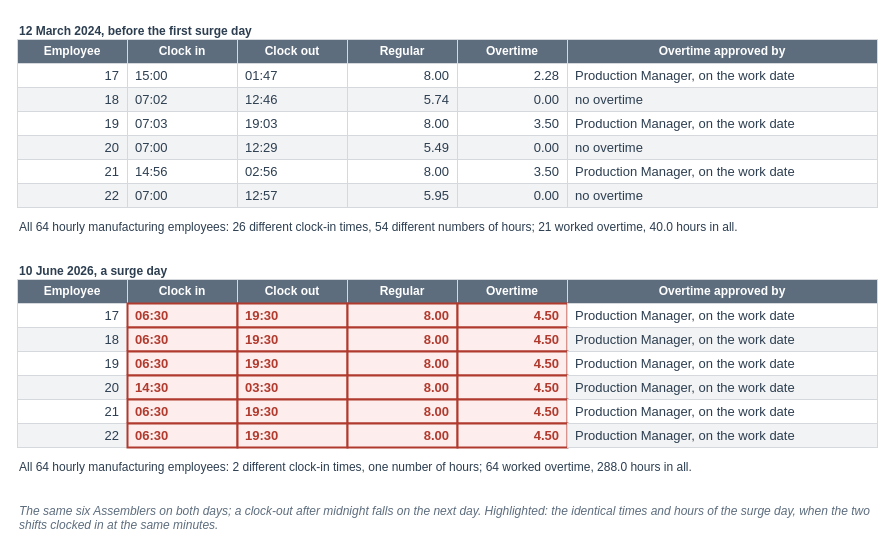
mmcodesso/Accounting_Analytics_Book keeps this draw.io diagram as visuals/src/fig-12-09-normal-and-surge-day.drawio. Above is the earlier version. Source tidied: cells renumbered, new cells numbered last; positions are measured from the earlier drawing's top-left corner, leaving out a move shared by most shapes. Both pictures are drawn from the tidied source at 100%, with x=0, y=0 at pixel (17, 17).
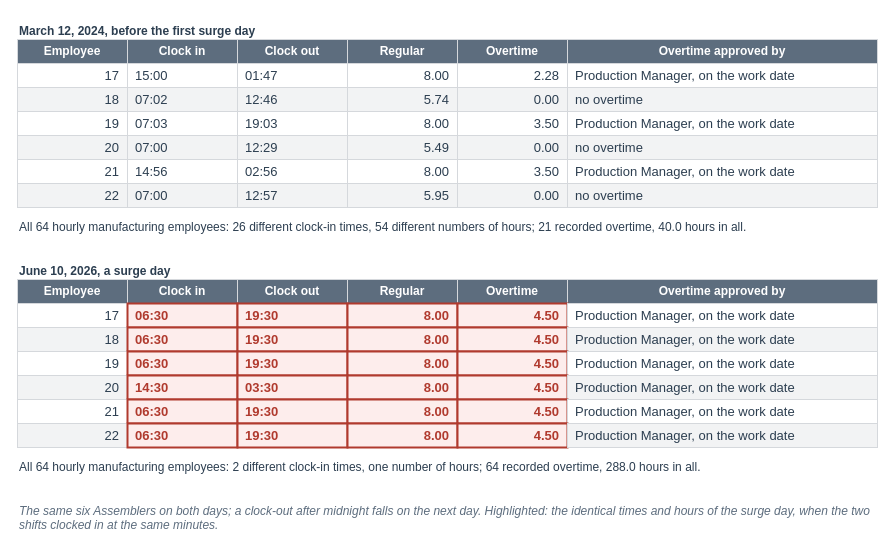
The same diagram, later.

What changed in the source:
```diff
@@
-    <mxCell id="3" value="&lt;b&gt;12 March 2024, before the first surge day&lt;/b&gt;" style="text;html=1;whiteSpace=wrap;align=left;verticalAlign=top;fontSize=12;fontColor=#2C3E50;fontStyle=0;fontFamily=Helvetica;spacing=2;fillColor=none;strokeColor=none;" parent="1" vertex="1">
+    <mxCell id="3" value="&lt;b&gt;March 12, 2024, before the first surge day&lt;/b&gt;" style="text;html=1;whiteSpace=wrap;align=left;verticalAlign=top;fontSize=12;fontColor=#2C3E50;fontStyle=0;fontFamily=Helvetica;spacing=2;fillColor=none;strokeColor=none;" parent="1" vertex="1">
       <mxGeometry width="860" height="20" as="geometry" />
     </mxCell>
@@
-    <mxCell id="46" value="All 64 hourly manufacturing employees: 26 different clock-in times, 54 different numbers of hours; 21 worked overtime, 40.0 hours in all." style="text;html=1;whiteSpace=wrap;align=left;verticalAlign=top;fontSize=12;fontColor=#2C3E50;fontStyle=0;fontFamily=Helvetica;spacing=2;fillColor=none;strokeColor=none;" parent="1" vertex="1">
+    <mxCell id="46" value="All 64 hourly manufacturing employees: 26 different clock-in times, 54 different numbers of hours; 21 recorded overtime, 40.0 hours in all." style="text;html=1;whiteSpace=wrap;align=left;verticalAlign=top;fontSize=12;fontColor=#2C3E50;fontStyle=0;fontFamily=Helvetica;spacing=2;fillColor=none;strokeColor=none;" parent="1" vertex="1">
       <mxGeometry y="196" width="860" height="22" as="geometry" />
     </mxCell>
-    <mxCell id="47" value="&lt;b&gt;10 June 2026, a surge day&lt;/b&gt;" style="text;html=1;whiteSpace=wrap;align=left;verticalAlign=top;fontSize=12;fontColor=#2C3E50;fontStyle=0;fontFamily=Helvetica;spacing=2;fillColor=none;strokeColor=none;" parent="1" vertex="1">
+    <mxCell id="47" value="&lt;b&gt;June 10, 2026, a surge day&lt;/b&gt;" style="text;html=1;whiteSpace=wrap;align=left;verticalAlign=top;fontSize=12;fontColor=#2C3E50;fontStyle=0;fontFamily=Helvetica;spacing=2;fillColor=none;strokeColor=none;" parent="1" vertex="1">
       <mxGeometry y="240" width="860" height="20" as="geometry" />
     </mxCell>
@@
-    <mxCell id="90" value="All 64 hourly manufacturing employees: 2 different clock-in times, one number of hours; 64 worked overtime, 288.0 hours in all." style="text;html=1;whiteSpace=wrap;align=left;verticalAlign=top;fontSize=12;fontColor=#2C3E50;fontStyle=0;fontFamily=Helvetica;spacing=2;fillColor=none;strokeColor=none;" parent="1" vertex="1">
+    <mxCell id="90" value="All 64 hourly manufacturing employees: 2 different clock-in times, one number of hours; 64 recorded overtime, 288.0 hours in all." style="text;html=1;whiteSpace=wrap;align=left;verticalAlign=top;fontSize=12;fontColor=#2C3E50;fontStyle=0;fontFamily=Helvetica;spacing=2;fillColor=none;strokeColor=none;" parent="1" vertex="1">
       <mxGeometry y="436" width="860" height="22" as="geometry" />
     </mxCell>
```
